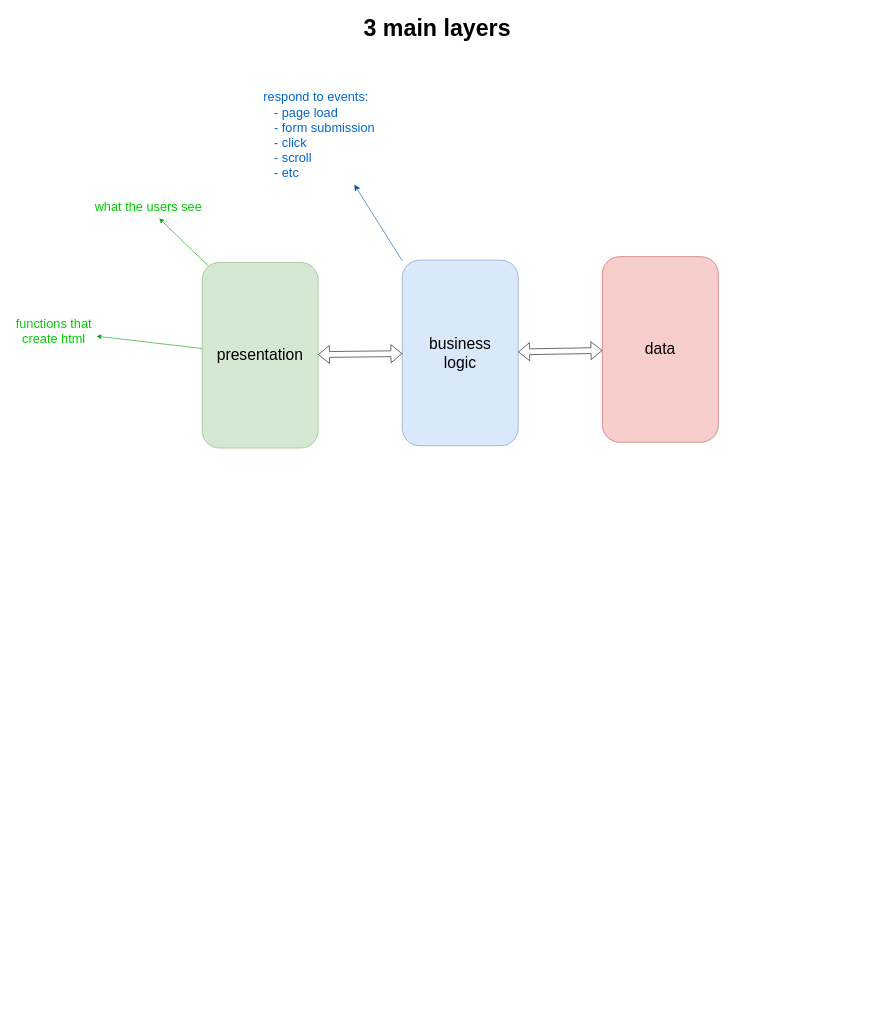
Earlier version of the draw.io diagram images/Untitled Diagram.drawio (cnnrbrn/js2-code-arrangement). Source tidied: cells renumbered, new cells numbered last; positions are measured from the earlier drawing's top-left corner, leaving out a move shared by most shapes. Both pictures are drawn from the tidied source at 58%, with x=0, y=0 at pixel (10, 10).
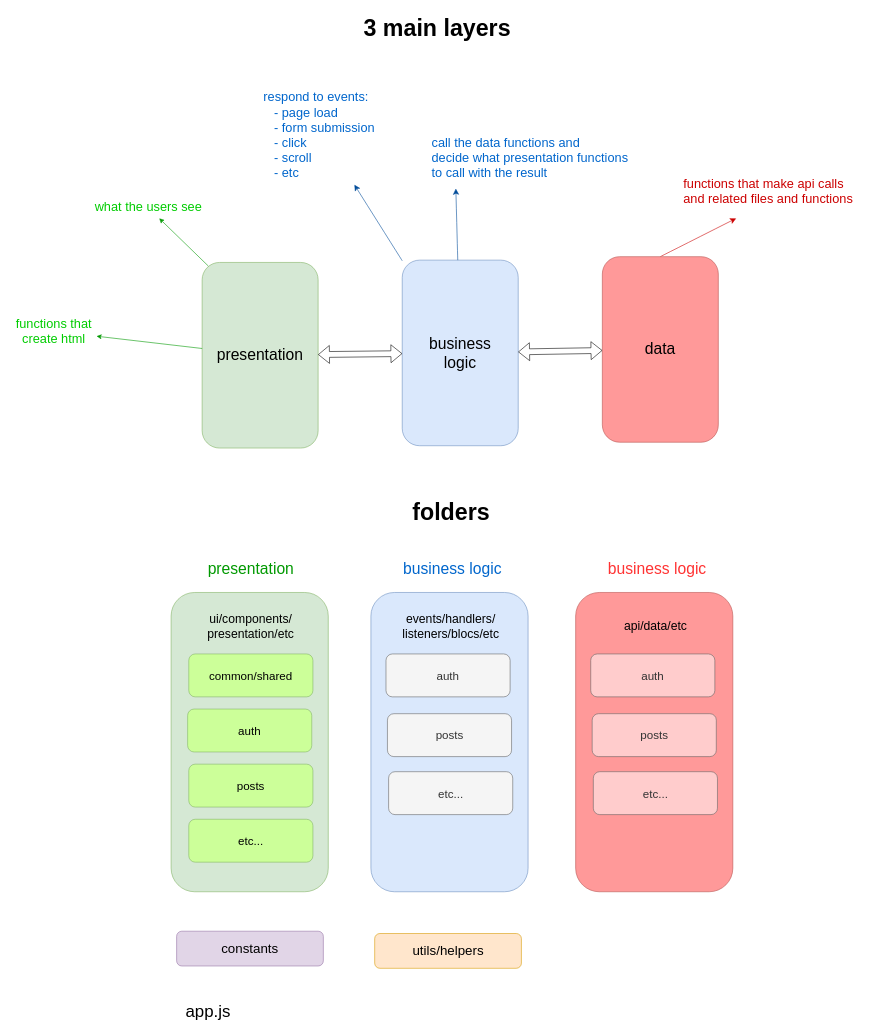
The same page after the edit.

Unchanged cells that the change refers to:
```xml
<mxCell id="4" value="&lt;font style=&quot;font-size: 27px;&quot;&gt;business&lt;/font&gt;&lt;div&gt;&lt;font style=&quot;font-size: 27px;&quot;&gt;logic&lt;/font&gt;&lt;/div&gt;" style="rounded=1;whiteSpace=wrap;html=1;fillColor=#dae8fc;strokeColor=#6c8ebf;" parent="1" vertex="1">
  <mxGeometry x="676" y="431" width="200" height="320" as="geometry" />
</mxCell>
```

Diff of the diagram source:
```diff
@@
+    <mxCell id="14" style="edgeStyle=none;curved=1;rounded=0;jettySize=auto;html=1;exitX=0.5;exitY=0;exitDx=0;exitDy=0;fontSize=12;startSize=8;endSize=8;strokeColor=#CC0000;" parent="1" edge="1" source="5" target="17">
+      <mxGeometry relative="1" as="geometry" />
+    </mxCell>
-    <mxCell id="5" value="&lt;font style=&quot;font-size: 27px;&quot;&gt;data&lt;/font&gt;" style="rounded=1;whiteSpace=wrap;html=1;fillColor=#f8cecc;strokeColor=#b85450;" parent="1" vertex="1">
+    <mxCell id="5" value="&lt;font style=&quot;font-size: 27px;&quot;&gt;data&lt;/font&gt;" style="rounded=1;whiteSpace=wrap;html=1;fillColor=#FF9999;strokeColor=#b85450;" parent="1" vertex="1">
       <mxGeometry x="1021" y="425" width="200" height="320" as="geometry" />
     </mxCell>
@@
+    <mxCell id="15" value="&lt;font color=&quot;#0066cc&quot;&gt;&lt;span style=&quot;font-size: 22px; text-wrap: nowrap;&quot;&gt;call the data functions and&amp;nbsp;&lt;/span&gt;&lt;/font&gt;&lt;div&gt;&lt;font color=&quot;#0066cc&quot;&gt;&lt;span style=&quot;font-size: 22px; text-wrap: nowrap;&quot;&gt;decide what presentation functions&lt;/span&gt;&lt;/font&gt;&lt;/div&gt;&lt;div&gt;&lt;font color=&quot;#0066cc&quot;&gt;&lt;span style=&quot;font-size: 22px; text-wrap: nowrap;&quot;&gt;to call with the result&lt;/span&gt;&lt;/font&gt;&lt;/div&gt;" style="text;whiteSpace=wrap;html=1;" parent="1" vertex="1">
+      <mxGeometry x="725" y="209" width="342" height="95" as="geometry" />
+    </mxCell>
+    <mxCell id="16" style="edgeStyle=none;curved=1;rounded=0;jettySize=auto;html=1;entryX=0.127;entryY=1.038;entryDx=0;entryDy=0;entryPerimeter=0;fontSize=12;startSize=8;endSize=8;strokeColor=#004C99;" parent="1" edge="1" source="4" target="15">
+      <mxGeometry relative="1" as="geometry" />
+    </mxCell>
+    <mxCell id="17" value="&lt;font color=&quot;#cc0000&quot;&gt;&lt;span style=&quot;font-size: 22px; text-wrap: nowrap;&quot;&gt;functions that make api calls&lt;br&gt;and related files and functions&lt;/span&gt;&lt;/font&gt;" style="text;whiteSpace=wrap;html=1;" parent="1" vertex="1">
+      <mxGeometry x="1159" y="280" width="342" height="79" as="geometry" />
+    </mxCell>
+    <mxCell id="18" value="&lt;font style=&quot;font-size: 40px;&quot;&gt;&lt;b&gt;folders&lt;/b&gt;&lt;/font&gt;" style="text;html=1;align=center;verticalAlign=middle;strokeColor=none;fillColor=none;fontSize=16;" parent="1" vertex="1">
+      <mxGeometry x="684" y="834" width="151" height="60" as="geometry" />
+    </mxCell>
+    <mxCell id="19" style="rounded=1;whiteSpace=wrap;html=1;fillColor=#d5e8d4;strokeColor=#82b366;" parent="1" vertex="1">
+      <mxGeometry x="277.5" y="1004" width="271" height="516" as="geometry" />
+    </mxCell>
+    <mxCell id="20" value="&lt;span style=&quot;font-family: Helvetica; font-size: 27px; font-style: normal; font-variant-ligatures: normal; font-variant-caps: normal; font-weight: 400; letter-spacing: normal; orphans: 2; text-align: center; text-indent: 0px; text-transform: none; widows: 2; word-spacing: 0px; -webkit-text-stroke-width: 0px; white-space: normal; background-color: rgb(255, 255, 255); text-decoration-thickness: initial; text-decoration-style: initial; text-decoration-color: initial; float: none; display: inline !important;&quot;&gt;&lt;font color=&quot;#009900&quot;&gt;presentation&lt;/font&gt;&lt;/span&gt;" style="text;whiteSpace=wrap;html=1;" parent="1" vertex="1">
+      <mxGeometry x="339" y="941" width="177" height="54" as="geometry" />
+    </mxCell>
+    <mxCell id="21" value="&lt;font style=&quot;font-size: 21px;&quot;&gt;ui/components/&lt;/font&gt;&lt;div style=&quot;font-size: 21px;&quot;&gt;&lt;font style=&quot;font-size: 21px;&quot;&gt;presentation/etc&lt;/font&gt;&lt;/div&gt;" style="text;strokeColor=none;fillColor=none;html=1;align=center;verticalAlign=middle;whiteSpace=wrap;rounded=0;fontSize=16;" parent="1" vertex="1">
+      <mxGeometry x="351" y="1047" width="128" height="30" as="geometry" />
+    </mxCell>
+    <mxCell id="22" value="&lt;font style=&quot;font-size: 20px;&quot;&gt;common/shared&lt;/font&gt;" style="rounded=1;whiteSpace=wrap;html=1;fillColor=#CCFF99;strokeColor=#82b366;" parent="1" vertex="1">
+      <mxGeometry x="308" y="1110" width="214" height="74" as="geometry" />
+    </mxCell>
+    <mxCell id="23" value="&lt;font style=&quot;font-size: 20px;&quot;&gt;auth&lt;/font&gt;" style="rounded=1;whiteSpace=wrap;html=1;fillColor=#CCFF99;strokeColor=#82b366;" parent="1" vertex="1">
+      <mxGeometry x="306" y="1205" width="214" height="74" as="geometry" />
+    </mxCell>
+    <mxCell id="24" value="&lt;font style=&quot;font-size: 20px;&quot;&gt;posts&lt;/font&gt;" style="rounded=1;whiteSpace=wrap;html=1;fillColor=#CCFF99;strokeColor=#82b366;" parent="1" vertex="1">
+      <mxGeometry x="308" y="1300" width="214" height="74" as="geometry" />
+    </mxCell>
+    <mxCell id="25" value="&lt;font style=&quot;font-size: 20px;&quot;&gt;etc...&lt;/font&gt;" style="rounded=1;whiteSpace=wrap;html=1;fillColor=#CCFF99;strokeColor=#82b366;" parent="1" vertex="1">
+      <mxGeometry x="308" y="1395" width="214" height="74" as="geometry" />
+    </mxCell>
+    <mxCell id="26" style="rounded=1;whiteSpace=wrap;html=1;fillColor=#dae8fc;strokeColor=#6c8ebf;" parent="1" vertex="1">
+      <mxGeometry x="622" y="1004" width="271" height="516" as="geometry" />
+    </mxCell>
+    <mxCell id="27" value="&lt;span style=&quot;font-size: 21px;&quot;&gt;events/handlers/&lt;/span&gt;&lt;div&gt;&lt;span style=&quot;font-size: 21px;&quot;&gt;listeners/blocs/etc&lt;/span&gt;&lt;/div&gt;" style="text;strokeColor=none;fillColor=none;html=1;align=center;verticalAlign=middle;whiteSpace=wrap;rounded=0;fontSize=16;" parent="1" vertex="1">
+      <mxGeometry x="695.5" y="1047" width="128" height="30" as="geometry" />
+    </mxCell>
+    <mxCell id="28" value="&lt;font style=&quot;font-size: 20px;&quot;&gt;auth&lt;/font&gt;" style="rounded=1;whiteSpace=wrap;html=1;fillColor=#f5f5f5;strokeColor=#666666;fontColor=#333333;" parent="1" vertex="1">
+      <mxGeometry x="648" y="1110" width="214" height="74" as="geometry" />
+    </mxCell>
+    <mxCell id="29" value="&lt;font style=&quot;font-size: 20px;&quot;&gt;posts&lt;/font&gt;" style="rounded=1;whiteSpace=wrap;html=1;fillColor=#f5f5f5;strokeColor=#666666;fontColor=#333333;" parent="1" vertex="1">
+      <mxGeometry x="650.5" y="1213" width="214" height="74" as="geometry" />
+    </mxCell>
+    <mxCell id="30" value="&lt;font style=&quot;font-size: 20px;&quot;&gt;etc...&lt;/font&gt;" style="rounded=1;whiteSpace=wrap;html=1;fillColor=#f5f5f5;strokeColor=#666666;fontColor=#333333;" parent="1" vertex="1">
+      <mxGeometry x="652.5" y="1313" width="214" height="74" as="geometry" />
+    </mxCell>
+    <mxCell id="31" value="&lt;span style=&quot;font-family: Helvetica; font-size: 27px; font-style: normal; font-variant-ligatures: normal; font-variant-caps: normal; font-weight: 400; letter-spacing: normal; orphans: 2; text-align: center; text-indent: 0px; text-transform: none; widows: 2; word-spacing: 0px; -webkit-text-stroke-width: 0px; white-space: normal; background-color: rgb(255, 255, 255); text-decoration-thickness: initial; text-decoration-style: initial; text-decoration-color: initial; float: none; display: inline !important;&quot;&gt;&lt;font color=&quot;#0066cc&quot;&gt;business logic&lt;/font&gt;&lt;/span&gt;" style="text;whiteSpace=wrap;html=1;" parent="1" vertex="1">
+      <mxGeometry x="676" y="941" width="177" height="54" as="geometry" />
+    </mxCell>
+    <mxCell id="32" style="rounded=1;whiteSpace=wrap;html=1;fillColor=#FF9999;strokeColor=#b85450;" parent="1" vertex="1">
+      <mxGeometry x="975" y="1004" width="271" height="516" as="geometry" />
+    </mxCell>
+    <mxCell id="33" value="&lt;span style=&quot;font-size: 21px;&quot;&gt;api/data/etc&lt;/span&gt;" style="text;strokeColor=none;fillColor=none;html=1;align=center;verticalAlign=middle;whiteSpace=wrap;rounded=0;fontSize=16;" parent="1" vertex="1">
+      <mxGeometry x="1048.5" y="1047" width="128" height="30" as="geometry" />
+    </mxCell>
+    <mxCell id="34" value="&lt;font style=&quot;font-size: 20px;&quot;&gt;auth&lt;/font&gt;" style="rounded=1;whiteSpace=wrap;html=1;fillColor=#FFCCCC;strokeColor=#666666;fontColor=#333333;" parent="1" vertex="1">
+      <mxGeometry x="1001" y="1110" width="214" height="74" as="geometry" />
+    </mxCell>
+    <mxCell id="35" value="&lt;font style=&quot;font-size: 20px;&quot;&gt;posts&lt;/font&gt;" style="rounded=1;whiteSpace=wrap;html=1;fillColor=#FFCCCC;strokeColor=#666666;fontColor=#333333;" parent="1" vertex="1">
+      <mxGeometry x="1003.5" y="1213" width="214" height="74" as="geometry" />
+    </mxCell>
+    <mxCell id="36" value="&lt;font style=&quot;font-size: 20px;&quot;&gt;etc...&lt;/font&gt;" style="rounded=1;whiteSpace=wrap;html=1;fillColor=#FFCCCC;strokeColor=#666666;fontColor=#333333;" parent="1" vertex="1">
+      <mxGeometry x="1005.5" y="1313" width="214" height="74" as="geometry" />
+    </mxCell>
+    <mxCell id="37" value="&lt;span style=&quot;font-family: Helvetica; font-size: 27px; font-style: normal; font-variant-ligatures: normal; font-variant-caps: normal; font-weight: 400; letter-spacing: normal; orphans: 2; text-align: center; text-indent: 0px; text-transform: none; widows: 2; word-spacing: 0px; -webkit-text-stroke-width: 0px; white-space: normal; background-color: rgb(255, 255, 255); text-decoration-thickness: initial; text-decoration-style: initial; text-decoration-color: initial; float: none; display: inline !important;&quot;&gt;&lt;font color=&quot;#ff3333&quot;&gt;business logic&lt;/font&gt;&lt;/span&gt;" style="text;whiteSpace=wrap;html=1;" parent="1" vertex="1">
+      <mxGeometry x="1029" y="941" width="177" height="54" as="geometry" />
+    </mxCell>
+    <mxCell id="38" value="&lt;font style=&quot;font-size: 23px;&quot;&gt;constants&lt;/font&gt;" style="rounded=1;whiteSpace=wrap;html=1;fillColor=#e1d5e7;strokeColor=#9673a6;" parent="1" vertex="1">
+      <mxGeometry x="287" y="1588" width="253" height="60" as="geometry" />
+    </mxCell>
+    <mxCell id="39" value="&lt;font style=&quot;font-size: 23px;&quot;&gt;utils/helpers&lt;/font&gt;" style="rounded=1;whiteSpace=wrap;html=1;fillColor=#ffe6cc;strokeColor=#d79b00;" parent="1" vertex="1">
+      <mxGeometry x="628.5" y="1592" width="253" height="60" as="geometry" />
+    </mxCell>
+    <mxCell id="40" value="&lt;font style=&quot;font-size: 29px;&quot;&gt;app.js&lt;/font&gt;" style="text;html=1;align=center;verticalAlign=middle;strokeColor=none;fillColor=none;fontSize=16;" parent="1" vertex="1">
+      <mxGeometry x="293" y="1703" width="95" height="47" as="geometry" />
+    </mxCell>
```
